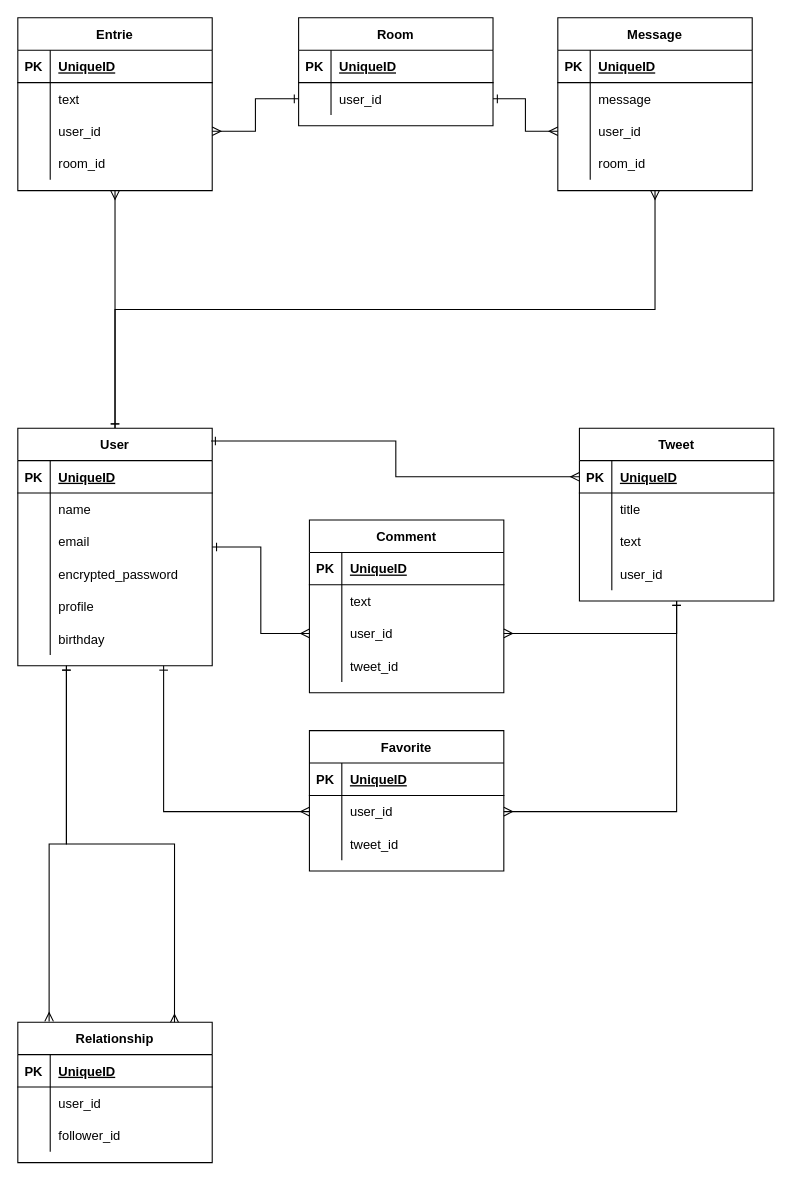
Earlier version of the draw.io diagram BridgeBand.dio (oak1331/BridgeBand). Source tidied: cells renumbered, new cells numbered last; positions are measured from the earlier drawing's top-left corner, leaving out a move shared by most shapes. Both pictures are drawn from the tidied source at 108%, with x=0, y=0 at pixel (17, 17).
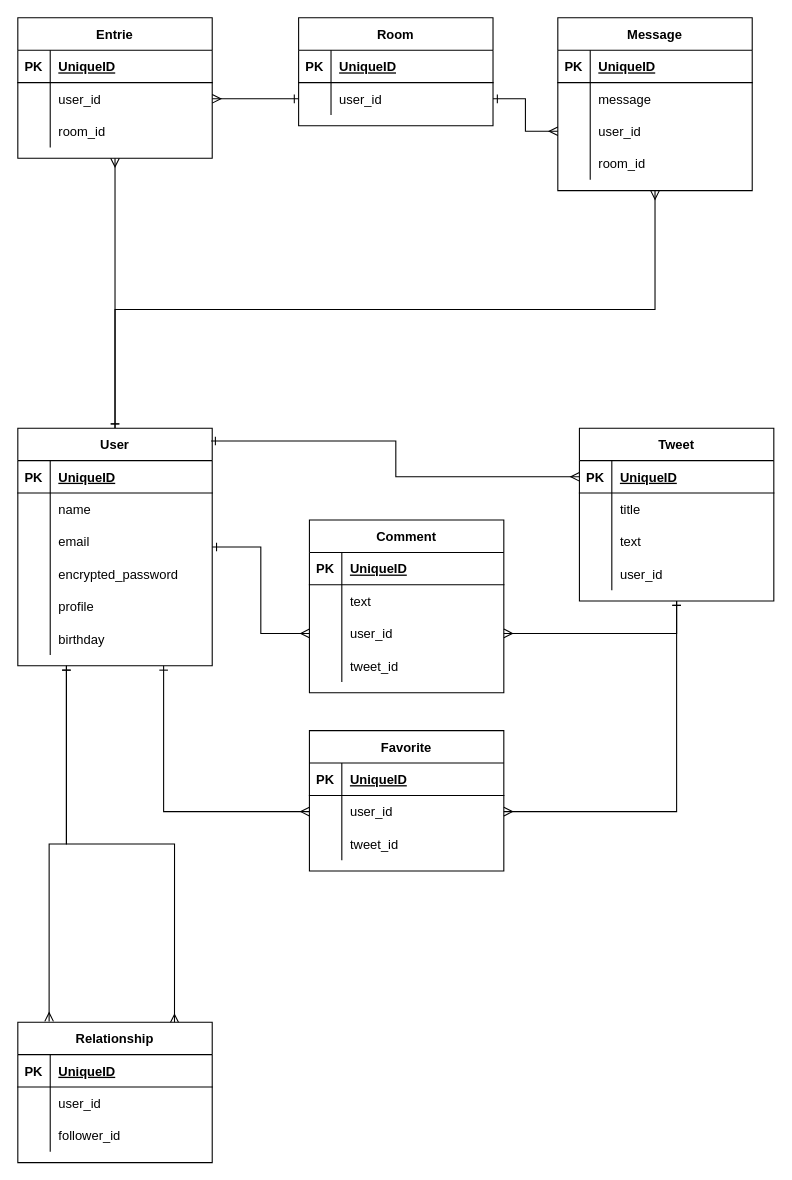
The same diagram, later.

Commit message:
テーブル設計の修正

What changed in the source:
```diff
@@
     <mxCell id="66" value="Entrie" style="shape=table;startSize=30;childLayout=tableLayout;rowLines=0;fontStyle=1;align=center;" parent="1" vertex="1">
-      <mxGeometry width="180" height="160" as="geometry" />
+      <mxGeometry width="180" height="130" as="geometry" />
     </mxCell>
@@
-    <mxCell id="70" style="shape=partialRectangle;fillColor=none;top=0;left=0;bottom=0;right=0;" parent="66" vertex="1">
-      <mxGeometry y="60" width="180" height="30" as="geometry" />
-    </mxCell>
-    <mxCell id="71" style="shape=partialRectangle;fillColor=none;top=0;left=0;bottom=0;right=0;overflow=hidden;" parent="70" vertex="1">
-      <mxGeometry width="30" height="30" as="geometry" />
-    </mxCell>
-    <mxCell id="72" value="text" style="shape=partialRectangle;fillColor=none;top=0;left=0;bottom=0;right=0;align=left;spacingLeft=6;overflow=hidden;" parent="70" vertex="1">
-      <mxGeometry x="30" width="150" height="30" as="geometry" />
-    </mxCell>
     <mxCell id="73" style="shape=partialRectangle;fillColor=none;top=0;left=0;bottom=0;right=0;points=[[0,0.5],[1,0.5]];portConstraint=eastwest;" parent="66" vertex="1">
-      <mxGeometry y="90" width="180" height="30" as="geometry" />
+      <mxGeometry y="60" width="180" height="30" as="geometry" />
     </mxCell>
@@
     <mxCell id="76" style="shape=partialRectangle;fillColor=none;top=0;left=0;bottom=0;right=0;" parent="66" vertex="1">
-      <mxGeometry y="120" width="180" height="30" as="geometry" />
+      <mxGeometry y="90" width="180" height="30" as="geometry" />
     </mxCell>
```
